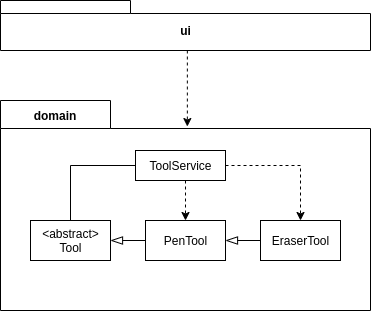
This is pixeleditor/doc/images/luokkakaavio.png from tapanih/ot-harjoitustyo, a draw.io export, as it was before one commit. Source tidied: cells renumbered, new cells last; positions are measured from the earlier drawing's top-left corner, leaving out a move shared by most shapes. The source it was exported from:
```xml
<mxGraphModel>
  <root>
    <mxCell id="0" />
    <mxCell id="1" parent="0" />
    <mxCell id="2" style="edgeStyle=orthogonalEdgeStyle;rounded=0;jettySize=auto;html=1;dashed=1;entryX=0.505;entryY=0.124;entryDx=0;entryDy=0;entryPerimeter=0;" parent="1" edge="1" source="3" target="4">
      <mxGeometry relative="1" as="geometry">
        <Array as="points">
          <mxPoint x="187" y="50" />
          <mxPoint x="187" y="50" />
        </Array>
      </mxGeometry>
    </mxCell>
    <mxCell id="3" value="ui" style="shape=folder;fontStyle=1;spacingTop=10;tabWidth=130;tabHeight=13;tabPosition=left;html=1;" parent="1" vertex="1">
      <mxGeometry width="370" height="50" as="geometry" />
    </mxCell>
    <mxCell id="4" style="shape=folder;fontStyle=1;spacingTop=10;tabWidth=110;tabHeight=28;tabPosition=left;html=1;" parent="1" vertex="1">
      <mxGeometry y="100" width="370" height="210" as="geometry" />
    </mxCell>
    <mxCell id="5" value="&lt;b&gt;domain&lt;/b&gt;" style="text;html=1;strokeColor=none;fillColor=none;align=center;verticalAlign=middle;whiteSpace=wrap;rounded=0;" parent="1" vertex="1">
      <mxGeometry x="30" y="100" width="50" height="30" as="geometry" />
    </mxCell>
    <mxCell id="6" style="edgeStyle=orthogonalEdgeStyle;rounded=0;jettySize=auto;html=1;endArrow=none;endFill=0;" parent="1" edge="1" source="9" target="11">
      <mxGeometry relative="1" as="geometry" />
    </mxCell>
    <mxCell id="7" style="edgeStyle=orthogonalEdgeStyle;rounded=0;jettySize=auto;html=1;startArrow=none;startFill=0;startSize=10;endArrow=classic;endFill=1;endSize=6;dashed=1;" parent="1" edge="1" source="9" target="13">
      <mxGeometry relative="1" as="geometry">
        <Array as="points">
          <mxPoint x="185" y="190" />
          <mxPoint x="185" y="190" />
        </Array>
      </mxGeometry>
    </mxCell>
    <mxCell id="8" style="edgeStyle=orthogonalEdgeStyle;rounded=0;jettySize=auto;html=1;dashed=1;startArrow=none;startFill=0;startSize=10;endArrow=classic;endFill=1;endSize=6;" parent="1" edge="1" source="9" target="14">
      <mxGeometry relative="1" as="geometry" />
    </mxCell>
    <mxCell id="9" value="ToolService" style="html=1;" parent="1" vertex="1">
      <mxGeometry x="135" y="150" width="90" height="30" as="geometry" />
    </mxCell>
    <mxCell id="10" style="edgeStyle=orthogonalEdgeStyle;rounded=0;jettySize=auto;html=1;endArrow=none;endFill=0;startArrow=blockThin;startFill=0;startSize=10;" parent="1" edge="1" source="11" target="13">
      <mxGeometry relative="1" as="geometry" />
    </mxCell>
    <mxCell id="11" value="&amp;lt;abstract&amp;gt;&lt;br&gt;Tool" style="html=1;" parent="1" vertex="1">
      <mxGeometry x="30" y="220" width="80" height="40" as="geometry" />
    </mxCell>
    <mxCell id="12" style="edgeStyle=orthogonalEdgeStyle;rounded=0;jettySize=auto;html=1;endArrow=none;endFill=0;startArrow=blockThin;startFill=0;endSize=6;startSize=10;" parent="1" edge="1" source="13" target="14">
      <mxGeometry relative="1" as="geometry" />
    </mxCell>
    <mxCell id="13" value="PenTool" style="html=1;" parent="1" vertex="1">
      <mxGeometry x="145" y="220" width="80" height="40" as="geometry" />
    </mxCell>
    <mxCell id="14" value="EraserTool" style="html=1;" parent="1" vertex="1">
      <mxGeometry x="260" y="220" width="80" height="40" as="geometry" />
    </mxCell>
  </root>
</mxGraphModel>
```
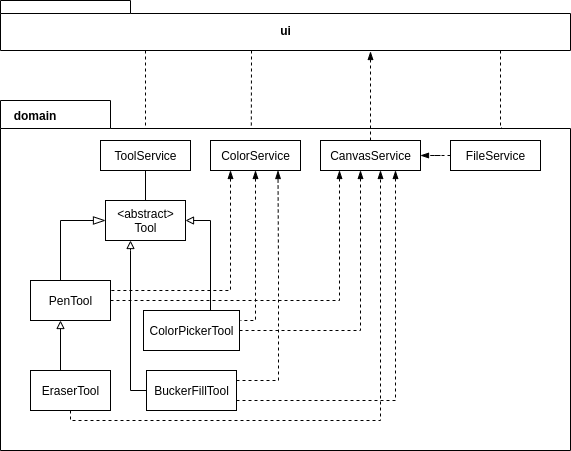
Later version of the same file.

The edit, as a diff of the source:
```diff
@@ -2,54 +2,159 @@
   <root>
     <mxCell id="0" />
     <mxCell id="1" parent="0" />
-    <mxCell id="2" style="edgeStyle=orthogonalEdgeStyle;rounded=0;jettySize=auto;html=1;dashed=1;entryX=0.505;entryY=0.124;entryDx=0;entryDy=0;entryPerimeter=0;" parent="1" edge="1" source="3" target="4">
+    <mxCell id="2" style="edgeStyle=orthogonalEdgeStyle;rounded=0;jettySize=auto;html=1;dashed=1;entryX=0.589;entryY=0.067;entryDx=0;entryDy=0;entryPerimeter=0;" parent="1" edge="1" source="3" target="9">
       <mxGeometry relative="1" as="geometry">
         <Array as="points">
-          <mxPoint x="187" y="50" />
-          <mxPoint x="187" y="50" />
+          <mxPoint x="5" y="142" />
         </Array>
       </mxGeometry>
     </mxCell>
+    <mxCell id="15" style="edgeStyle=orthogonalEdgeStyle;rounded=0;jettySize=auto;html=1;startArrow=none;startFill=0;endArrow=none;endFill=0;entryX=0.44;entryY=0.088;entryDx=0;entryDy=0;entryPerimeter=0;dashed=1;" parent="1" edge="1" source="3" target="4">
+      <mxGeometry relative="1" as="geometry">
+        <Array as="points">
+          <mxPoint x="111" y="60" />
+          <mxPoint x="111" y="60" />
+        </Array>
+      </mxGeometry>
+    </mxCell>
+    <mxCell id="16" style="edgeStyle=orthogonalEdgeStyle;rounded=0;jettySize=auto;html=1;entryX=0.879;entryY=0.086;entryDx=0;entryDy=0;entryPerimeter=0;startArrow=none;startFill=0;endArrow=none;endFill=0;dashed=1;" parent="1" edge="1" source="3" target="4">
+      <mxGeometry relative="1" as="geometry">
+        <Array as="points">
+          <mxPoint x="360" y="126" />
+          <mxPoint x="361" y="126" />
+        </Array>
+      </mxGeometry>
+    </mxCell>
     <mxCell id="3" value="ui" style="shape=folder;fontStyle=1;spacingTop=10;tabWidth=130;tabHeight=13;tabPosition=left;html=1;" parent="1" vertex="1">
-      <mxGeometry width="370" height="50" as="geometry" />
+      <mxGeometry x="-140" width="570" height="50" as="geometry" />
     </mxCell>
     <mxCell id="4" style="shape=folder;fontStyle=1;spacingTop=10;tabWidth=110;tabHeight=28;tabPosition=left;html=1;" parent="1" vertex="1">
-      <mxGeometry y="100" width="370" height="210" as="geometry" />
+      <mxGeometry x="-140" y="100" width="570" height="350" as="geometry" />
     </mxCell>
     <mxCell id="5" value="&lt;b&gt;domain&lt;/b&gt;" style="text;html=1;strokeColor=none;fillColor=none;align=center;verticalAlign=middle;whiteSpace=wrap;rounded=0;" parent="1" vertex="1">
-      <mxGeometry x="30" y="100" width="50" height="30" as="geometry" />
+      <mxGeometry x="-130" y="100" width="50" height="30" as="geometry" />
     </mxCell>
     <mxCell id="6" style="edgeStyle=orthogonalEdgeStyle;rounded=0;jettySize=auto;html=1;endArrow=none;endFill=0;" parent="1" edge="1" source="9" target="11">
       <mxGeometry relative="1" as="geometry" />
     </mxCell>
-    <mxCell id="7" style="edgeStyle=orthogonalEdgeStyle;rounded=0;jettySize=auto;html=1;startArrow=none;startFill=0;startSize=10;endArrow=classic;endFill=1;endSize=6;dashed=1;" parent="1" edge="1" source="9" target="13">
-      <mxGeometry relative="1" as="geometry">
-        <Array as="points">
-          <mxPoint x="185" y="190" />
-          <mxPoint x="185" y="190" />
-        </Array>
-      </mxGeometry>
-    </mxCell>
-    <mxCell id="8" style="edgeStyle=orthogonalEdgeStyle;rounded=0;jettySize=auto;html=1;dashed=1;startArrow=none;startFill=0;startSize=10;endArrow=classic;endFill=1;endSize=6;" parent="1" edge="1" source="9" target="14">
-      <mxGeometry relative="1" as="geometry" />
-    </mxCell>
     <mxCell id="9" value="ToolService" style="html=1;" parent="1" vertex="1">
-      <mxGeometry x="135" y="150" width="90" height="30" as="geometry" />
+      <mxGeometry x="-40" y="140" width="90" height="30" as="geometry" />
     </mxCell>
     <mxCell id="10" style="edgeStyle=orthogonalEdgeStyle;rounded=0;jettySize=auto;html=1;endArrow=none;endFill=0;startArrow=blockThin;startFill=0;startSize=10;" parent="1" edge="1" source="11" target="13">
-      <mxGeometry relative="1" as="geometry" />
+      <mxGeometry relative="1" as="geometry">
+        <Array as="points">
+          <mxPoint x="-80" y="220" />
+        </Array>
+      </mxGeometry>
     </mxCell>
+    <mxCell id="17" style="edgeStyle=orthogonalEdgeStyle;rounded=0;jettySize=auto;html=1;endArrow=none;endFill=0;startArrow=block;startFill=0;" parent="1" edge="1" source="11" target="23">
+      <mxGeometry relative="1" as="geometry">
+        <Array as="points">
+          <mxPoint x="70" y="220" />
+        </Array>
+      </mxGeometry>
+    </mxCell>
+    <mxCell id="18" style="edgeStyle=orthogonalEdgeStyle;rounded=0;jettySize=auto;html=1;startArrow=block;startFill=0;endArrow=none;endFill=0;" parent="1" edge="1" source="11" target="21">
+      <mxGeometry relative="1" as="geometry">
+        <Array as="points">
+          <mxPoint x="-10" y="250" />
+          <mxPoint x="-10" y="390" />
+        </Array>
+      </mxGeometry>
+    </mxCell>
     <mxCell id="11" value="&amp;lt;abstract&amp;gt;&lt;br&gt;Tool" style="html=1;" parent="1" vertex="1">
-      <mxGeometry x="30" y="220" width="80" height="40" as="geometry" />
+      <mxGeometry x="-35" y="200" width="80" height="40" as="geometry" />
     </mxCell>
-    <mxCell id="12" style="edgeStyle=orthogonalEdgeStyle;rounded=0;jettySize=auto;html=1;endArrow=none;endFill=0;startArrow=blockThin;startFill=0;endSize=6;startSize=10;" parent="1" edge="1" source="13" target="14">
-      <mxGeometry relative="1" as="geometry" />
-    </mxCell>
+    <mxCell id="19" style="edgeStyle=orthogonalEdgeStyle;rounded=0;jettySize=auto;html=1;entryX=0.75;entryY=1;entryDx=0;entryDy=0;dashed=1;startArrow=none;startFill=0;endArrow=blockThin;endFill=1;" parent="1" edge="1" source="21" target="33">
+      <mxGeometry relative="1" as="geometry">
+        <Array as="points">
+          <mxPoint x="255" y="400" />
+        </Array>
+      </mxGeometry>
+    </mxCell>
+    <mxCell id="20" style="edgeStyle=orthogonalEdgeStyle;rounded=0;jettySize=auto;html=1;entryX=0.75;entryY=1;entryDx=0;entryDy=0;dashed=1;startArrow=none;startFill=0;endArrow=blockThin;endFill=1;" parent="1" edge="1" source="21" target="29">
+      <mxGeometry relative="1" as="geometry">
+        <Array as="points">
+          <mxPoint x="138" y="380" />
+          <mxPoint x="138" y="270" />
+        </Array>
+      </mxGeometry>
+    </mxCell>
+    <mxCell id="21" value="BuckerFillTool" style="html=1;" parent="1" vertex="1">
+      <mxGeometry x="6" y="370" width="90" height="40" as="geometry" />
+    </mxCell>
+    <mxCell id="22" style="edgeStyle=orthogonalEdgeStyle;rounded=0;jettySize=auto;html=1;dashed=1;startArrow=none;startFill=0;endArrow=blockThin;endFill=1;" parent="1" edge="1" source="23">
+      <mxGeometry relative="1" as="geometry">
+        <mxPoint x="220" y="170" as="targetPoint" />
+        <Array as="points">
+          <mxPoint x="220" y="330" />
+        </Array>
+      </mxGeometry>
+    </mxCell>
+    <mxCell id="23" value="ColorPickerTool" style="html=1;" parent="1" vertex="1">
+      <mxGeometry x="3" y="310" width="96" height="40" as="geometry" />
+    </mxCell>
+    <mxCell id="24" style="edgeStyle=orthogonalEdgeStyle;rounded=0;jettySize=auto;html=1;dashed=1;startArrow=none;startFill=0;endArrow=blockThin;endFill=1;entryX=0.19;entryY=1;entryDx=0;entryDy=0;entryPerimeter=0;" parent="1" edge="1" source="13" target="33">
+      <mxGeometry relative="1" as="geometry">
+        <Array as="points">
+          <mxPoint x="199" y="300" />
+        </Array>
+      </mxGeometry>
+    </mxCell>
     <mxCell id="13" value="PenTool" style="html=1;" parent="1" vertex="1">
-      <mxGeometry x="145" y="220" width="80" height="40" as="geometry" />
+      <mxGeometry x="-110" y="280" width="80" height="40" as="geometry" />
     </mxCell>
+    <mxCell id="25" style="edgeStyle=orthogonalEdgeStyle;rounded=0;jettySize=auto;html=1;endArrow=block;endFill=0;" parent="1" edge="1" source="14">
+      <mxGeometry relative="1" as="geometry">
+        <mxPoint x="-80" y="320" as="targetPoint" />
+        <Array as="points">
+          <mxPoint x="-80" y="320" />
+        </Array>
+      </mxGeometry>
+    </mxCell>
+    <mxCell id="26" style="edgeStyle=orthogonalEdgeStyle;rounded=0;jettySize=auto;html=1;dashed=1;startArrow=none;startFill=0;endArrow=blockThin;endFill=1;" parent="1" edge="1" source="14" target="33">
+      <mxGeometry relative="1" as="geometry">
+        <Array as="points">
+          <mxPoint x="-70" y="420" />
+          <mxPoint x="240" y="420" />
+        </Array>
+      </mxGeometry>
+    </mxCell>
     <mxCell id="14" value="EraserTool" style="html=1;" parent="1" vertex="1">
-      <mxGeometry x="260" y="220" width="80" height="40" as="geometry" />
+      <mxGeometry x="-110" y="370" width="80" height="40" as="geometry" />
     </mxCell>
+    <mxCell id="27" style="edgeStyle=orthogonalEdgeStyle;rounded=0;jettySize=auto;html=1;entryX=1;entryY=0.25;entryDx=0;entryDy=0;startArrow=blockThin;startFill=1;endArrow=none;endFill=0;dashed=1;" parent="1" edge="1" source="29" target="13">
+      <mxGeometry relative="1" as="geometry">
+        <Array as="points">
+          <mxPoint x="90" y="290" />
+        </Array>
+      </mxGeometry>
+    </mxCell>
+    <mxCell id="28" style="edgeStyle=orthogonalEdgeStyle;rounded=0;jettySize=auto;html=1;startArrow=blockThin;startFill=1;endArrow=none;endFill=0;dashed=1;" parent="1" edge="1" source="29">
+      <mxGeometry relative="1" as="geometry">
+        <mxPoint x="100" y="320" as="targetPoint" />
+        <Array as="points">
+          <mxPoint x="115" y="320" />
+          <mxPoint x="100" y="320" />
+        </Array>
+      </mxGeometry>
+    </mxCell>
+    <mxCell id="29" value="ColorService" style="html=1;" parent="1" vertex="1">
+      <mxGeometry x="70" y="140" width="90" height="30" as="geometry" />
+    </mxCell>
+    <mxCell id="30" style="edgeStyle=orthogonalEdgeStyle;rounded=0;jettySize=auto;html=1;startArrow=none;startFill=0;endArrow=blockThin;endFill=1;dashed=1;" parent="1" edge="1" source="31" target="33">
+      <mxGeometry relative="1" as="geometry" />
+    </mxCell>
+    <mxCell id="31" value="FileService" style="html=1;" parent="1" vertex="1">
+      <mxGeometry x="310" y="140" width="90" height="30" as="geometry" />
+    </mxCell>
+    <mxCell id="32" style="edgeStyle=orthogonalEdgeStyle;rounded=0;jettySize=auto;html=1;dashed=1;startArrow=none;startFill=0;endArrow=blockThin;endFill=1;exitX=0.5;exitY=0;exitDx=0;exitDy=0;" parent="1" edge="1" source="33">
+      <mxGeometry relative="1" as="geometry">
+        <mxPoint x="230" y="51" as="targetPoint" />
+      </mxGeometry>
+    </mxCell>
+    <mxCell id="33" value="CanvasService" style="html=1;" parent="1" vertex="1">
+      <mxGeometry x="180" y="140" width="100" height="30" as="geometry" />
+    </mxCell>
   </root>
 </mxGraphModel>
```
